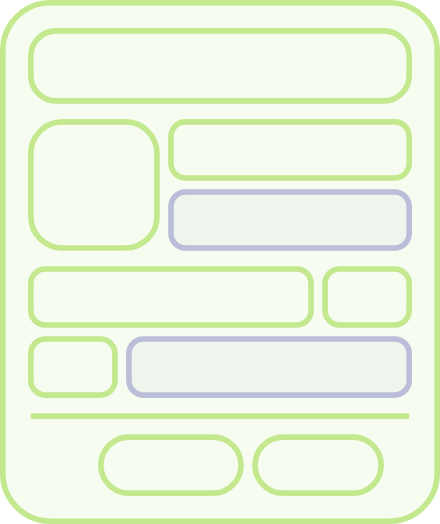
alfertev2014/holyjs-2026-autumn keeps this draw.io diagram as drawio/changed_view_tree.drawio.svg. Above is the earlier version. Source tidied: cells renumbered, new cells last; positions are measured from the earlier drawing's top-left corner, leaving out a move shared by most shapes.
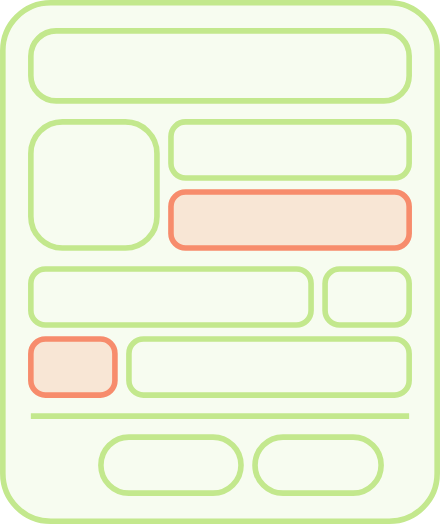
After the commit.

The edit, as a diff of the source:
```diff
@@ -14,7 +14,7 @@
     <mxCell id="5" style="rounded=1;whiteSpace=wrap;html=1;roundedPerimeter=1;strokeColor=light-dark(#C3E88D,#C3E88D);strokeWidth=4;arcSize=26;fillColor=none;" parent="1" vertex="1">
       <mxGeometry x="120" y="85" width="170" height="40" as="geometry" />
     </mxCell>
-    <mxCell id="6" style="rounded=1;whiteSpace=wrap;html=1;roundedPerimeter=1;strokeColor=light-dark(#BABED8,#BABED8);strokeWidth=4;arcSize=26;fillColor=light-dark(#BABED822,#BABED822);" parent="1" vertex="1">
+    <mxCell id="6" style="rounded=1;whiteSpace=wrap;html=1;roundedPerimeter=1;strokeColor=light-dark(#F78C6C,#F78C6C);strokeWidth=4;arcSize=26;fillColor=light-dark(#F78C6C33,#F78C6C33);" parent="1" vertex="1">
       <mxGeometry x="120" y="135" width="170" height="40" as="geometry" />
     </mxCell>
     <mxCell id="7" style="rounded=1;whiteSpace=wrap;html=1;roundedPerimeter=1;strokeColor=light-dark(#C3E88D,#C3E88D);strokeWidth=4;arcSize=26;fillColor=none;" parent="1" vertex="1">
@@ -23,10 +23,10 @@
     <mxCell id="8" style="rounded=1;whiteSpace=wrap;html=1;roundedPerimeter=1;strokeColor=light-dark(#C3E88D,#C3E88D);strokeWidth=4;arcSize=26;fillColor=none;" parent="1" vertex="1">
       <mxGeometry x="230" y="190" width="60" height="40" as="geometry" />
     </mxCell>
-    <mxCell id="9" style="rounded=1;whiteSpace=wrap;html=1;roundedPerimeter=1;strokeColor=light-dark(#C3E88D,#C3E88D);strokeWidth=4;arcSize=26;fillColor=none;" parent="1" vertex="1">
+    <mxCell id="9" style="rounded=1;whiteSpace=wrap;html=1;roundedPerimeter=1;strokeColor=light-dark(#F78C6C,#F78C6C);strokeWidth=4;arcSize=26;fillColor=light-dark(#F78C6C33,#F78C6C33);" parent="1" vertex="1">
       <mxGeometry x="20" y="240" width="60" height="40" as="geometry" />
     </mxCell>
-    <mxCell id="10" style="rounded=1;whiteSpace=wrap;html=1;roundedPerimeter=1;strokeColor=light-dark(#BABED8,#BABED8);strokeWidth=4;arcSize=26;fillColor=light-dark(#BABED822,#BABED822);" parent="1" vertex="1">
+    <mxCell id="10" style="rounded=1;whiteSpace=wrap;html=1;roundedPerimeter=1;strokeColor=light-dark(#C3E88D,#C3E88D);strokeWidth=4;arcSize=26;fillColor=none;" parent="1" vertex="1">
       <mxGeometry x="90" y="240" width="200" height="40" as="geometry" />
     </mxCell>
     <mxCell id="11" style="rounded=1;whiteSpace=wrap;html=1;roundedPerimeter=1;strokeColor=light-dark(#C3E88D,#C3E88D);strokeWidth=4;arcSize=50;fillColor=none;" parent="1" vertex="1">
```
